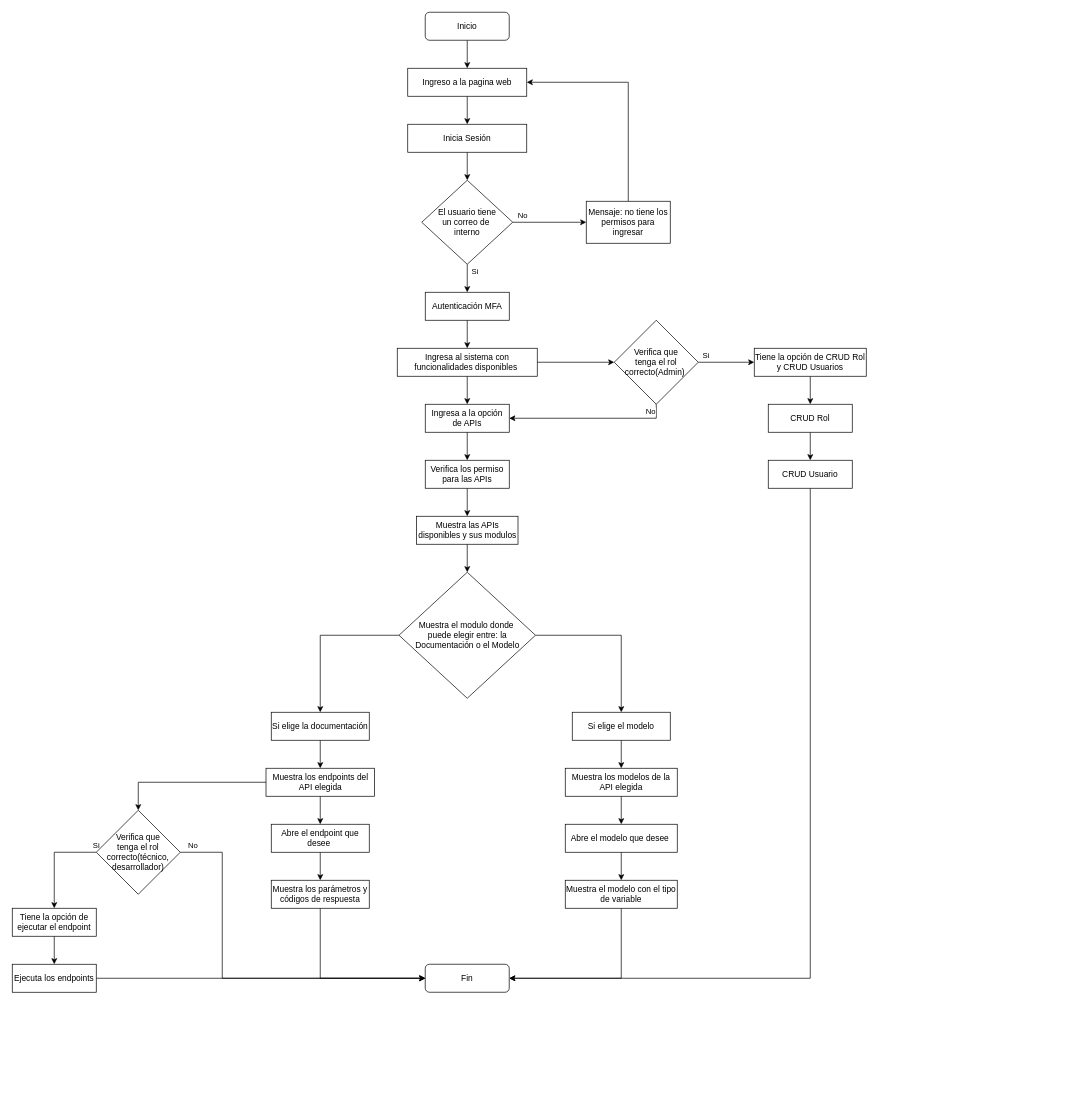
SebasVD29/LaptopToPC keeps this draw.io diagram as Ulatina/XII - Cuatrimestre/PES/Doc/Diagramas/DiagramaFlujo.drawio. Above is the earlier version. Source tidied: cells renumbered, new cells numbered last; positions are measured from the earlier drawing's top-left corner, leaving out a move shared by most shapes. Both pictures are drawn from the tidied source at 70%, with x=0, y=0 at pixel (12, 12).
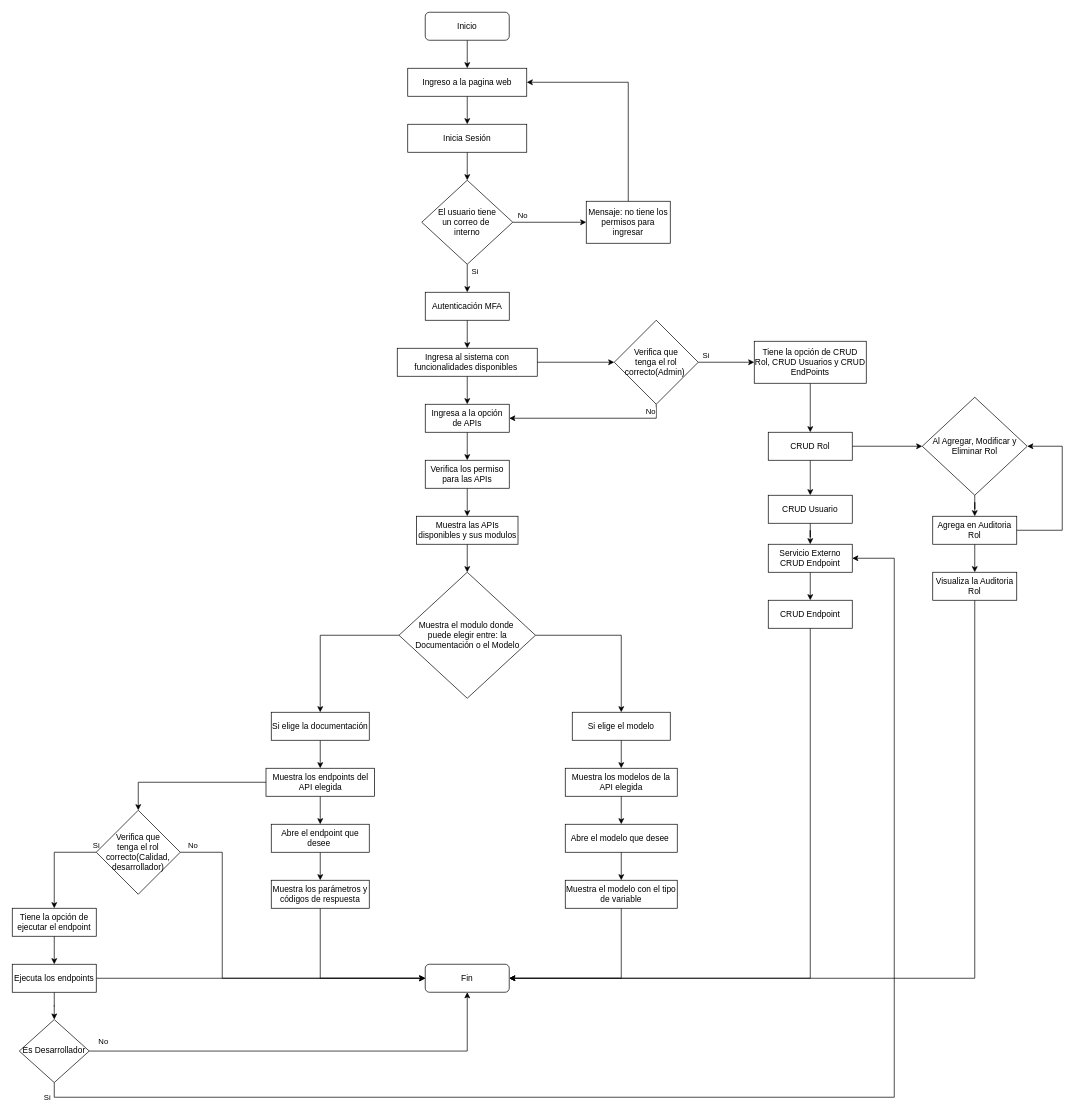
The same page after the edit.

The change refers to these unchanged cells:
```xml
<mxCell id="4" value="Fin" style="rounded=1;whiteSpace=wrap;html=1;fontSize=12;glass=0;strokeWidth=1;shadow=0;" parent="1" vertex="1">
  <mxGeometry x="590" y="1360" width="120" height="40" as="geometry" />
</mxCell>
<mxCell id="52" value="Ejecuta los endpoints" style="whiteSpace=wrap;html=1;rounded=0;" parent="1" vertex="1">
  <mxGeometry y="1360" width="120" height="40" as="geometry" />
</mxCell>
```

What changed in the source:
```diff
@@
-    <mxCell id="48" value="Verifica que&lt;div&gt;&amp;nbsp;tenga el rol&amp;nbsp;&lt;/div&gt;&lt;div&gt;correcto(técnico, desarrollador)&lt;/div&gt;" style="rhombus;whiteSpace=wrap;html=1;rounded=0;" parent="1" vertex="1">
+    <mxCell id="48" value="Verifica que&lt;div&gt;&amp;nbsp;tenga el rol&amp;nbsp;&lt;/div&gt;&lt;div&gt;correcto(Calidad, desarrollador)&lt;/div&gt;" style="rhombus;whiteSpace=wrap;html=1;rounded=0;" parent="1" vertex="1">
       <mxGeometry x="120" y="1140" width="120" height="120" as="geometry" />
     </mxCell>
@@
+    <mxCell id="67" style="edgeStyle=orthogonalEdgeStyle;rounded=0;jettySize=auto;html=1;" parent="1" edge="1" source="52" target="85">
+      <mxGeometry relative="1" as="geometry" />
+    </mxCell>
@@
-    <mxCell id="62" value="Tiene la opción de CRUD Rol y CRUD Usuarios" style="whiteSpace=wrap;html=1;rounded=0;" parent="1" vertex="1">
-      <mxGeometry x="1060" y="480" width="160" height="40" as="geometry" />
+    <mxCell id="62" value="Tiene la opción de CRUD Rol, CRUD Usuarios y CRUD EndPoints" style="whiteSpace=wrap;html=1;rounded=0;" parent="1" vertex="1">
+      <mxGeometry x="1060" y="470" width="160" height="60" as="geometry" />
     </mxCell>
@@
+    <mxCell id="68" style="edgeStyle=orthogonalEdgeStyle;rounded=0;jettySize=auto;html=1;" parent="1" edge="1" source="64" target="71">
+      <mxGeometry relative="1" as="geometry" />
+    </mxCell>
     <mxCell id="64" value="CRUD Rol" style="whiteSpace=wrap;html=1;rounded=0;" parent="1" vertex="1">
-      <mxGeometry x="1080" y="560" width="120" height="40" as="geometry" />
+      <mxGeometry x="1080" y="600" width="120" height="40" as="geometry" />
     </mxCell>
-    <mxCell id="65" style="edgeStyle=orthogonalEdgeStyle;rounded=0;jettySize=auto;html=1;" parent="1" edge="1" source="66" target="4">
-      <mxGeometry relative="1" as="geometry">
-        <Array as="points">
-          <mxPoint x="1140" y="1380" />
-        </Array>
-      </mxGeometry>
-    </mxCell>
+    <mxCell id="69" style="edgeStyle=orthogonalEdgeStyle;rounded=0;jettySize=auto;html=1;" parent="1" edge="1" source="66" target="78">
+      <mxGeometry relative="1" as="geometry" />
+    </mxCell>
     <mxCell id="66" value="CRUD Usuario" style="whiteSpace=wrap;html=1;rounded=0;" parent="1" vertex="1">
-      <mxGeometry x="1080" y="640" width="120" height="40" as="geometry" />
+      <mxGeometry x="1080" y="690" width="120" height="40" as="geometry" />
     </mxCell>
+    <mxCell id="70" style="edgeStyle=orthogonalEdgeStyle;rounded=0;jettySize=auto;html=1;" parent="1" edge="1" source="71" target="73">
+      <mxGeometry relative="1" as="geometry" />
+    </mxCell>
+    <mxCell id="71" value="Al Agregar, Modificar y Eliminar Rol" style="rhombus;whiteSpace=wrap;html=1;rounded=0;" parent="1" vertex="1">
+      <mxGeometry x="1300" y="550" width="150" height="140" as="geometry" />
+    </mxCell>
+    <mxCell id="72" style="edgeStyle=orthogonalEdgeStyle;rounded=0;jettySize=auto;html=1;" parent="1" edge="1" source="73" target="76">
+      <mxGeometry relative="1" as="geometry" />
+    </mxCell>
+    <mxCell id="73" value="Agrega en Auditoria Rol" style="whiteSpace=wrap;html=1;rounded=0;" parent="1" vertex="1">
+      <mxGeometry x="1315" y="720" width="120" height="40" as="geometry" />
+    </mxCell>
+    <mxCell id="74" style="edgeStyle=orthogonalEdgeStyle;rounded=0;jettySize=auto;html=1;" parent="1" edge="1" source="73" target="71">
+      <mxGeometry relative="1" as="geometry">
+        <Array as="points">
+          <mxPoint x="1500" y="740" />
+          <mxPoint x="1500" y="620" />
+        </Array>
+      </mxGeometry>
+    </mxCell>
+    <mxCell id="75" style="edgeStyle=orthogonalEdgeStyle;rounded=0;jettySize=auto;html=1;" parent="1" edge="1" source="76" target="4">
+      <mxGeometry relative="1" as="geometry">
+        <Array as="points">
+          <mxPoint x="1375" y="1380" />
+        </Array>
+      </mxGeometry>
+    </mxCell>
+    <mxCell id="76" value="Visualiza la Auditoria Rol" style="whiteSpace=wrap;html=1;rounded=0;" parent="1" vertex="1">
+      <mxGeometry x="1315" y="800" width="120" height="40" as="geometry" />
+    </mxCell>
+    <mxCell id="77" style="edgeStyle=orthogonalEdgeStyle;rounded=0;jettySize=auto;html=1;" parent="1" edge="1" source="78" target="80">
+      <mxGeometry relative="1" as="geometry" />
+    </mxCell>
+    <mxCell id="78" value="Servicio Externo CRUD Endpoint" style="whiteSpace=wrap;html=1;rounded=0;" parent="1" vertex="1">
+      <mxGeometry x="1080" y="760" width="120" height="40" as="geometry" />
+    </mxCell>
+    <mxCell id="79" style="edgeStyle=orthogonalEdgeStyle;rounded=0;jettySize=auto;html=1;" parent="1" edge="1" source="80" target="4">
+      <mxGeometry relative="1" as="geometry">
+        <Array as="points">
+          <mxPoint x="1140" y="1380" />
+        </Array>
+      </mxGeometry>
+    </mxCell>
+    <mxCell id="80" value="CRUD Endpoint" style="whiteSpace=wrap;html=1;rounded=0;" parent="1" vertex="1">
+      <mxGeometry x="1080" y="840" width="120" height="40" as="geometry" />
+    </mxCell>
+    <mxCell id="81" style="edgeStyle=orthogonalEdgeStyle;rounded=0;jettySize=auto;html=1;" parent="1" edge="1" source="85" target="78">
+      <mxGeometry relative="1" as="geometry">
+        <Array as="points">
+          <mxPoint x="60" y="1550" />
+          <mxPoint x="1260" y="1550" />
+          <mxPoint x="1260" y="780" />
+        </Array>
+      </mxGeometry>
+    </mxCell>
+    <mxCell id="82" value="Si" style="edgeLabel;html=1;align=center;verticalAlign=middle;" parent="81" vertex="1">
+      <mxGeometry x="-0.97" relative="1" as="geometry">
+        <mxPoint x="-21" as="offset" />
+      </mxGeometry>
+    </mxCell>
+    <mxCell id="83" style="edgeStyle=orthogonalEdgeStyle;rounded=0;jettySize=auto;html=1;" parent="1" edge="1" source="85" target="4">
+      <mxGeometry relative="1" as="geometry">
+        <Array as="points">
+          <mxPoint x="650" y="1484" />
+        </Array>
+      </mxGeometry>
+    </mxCell>
+    <mxCell id="84" value="No" style="edgeLabel;html=1;align=center;verticalAlign=middle;" parent="83" vertex="1">
+      <mxGeometry x="-0.81" y="1" relative="1" as="geometry">
+        <mxPoint x="-40" y="-13" as="offset" />
+      </mxGeometry>
+    </mxCell>
+    <mxCell id="85" value="Es Desarrollador" style="rhombus;whiteSpace=wrap;html=1;rounded=0;" parent="1" vertex="1">
+      <mxGeometry x="10" y="1439" width="100" height="90" as="geometry" />
+    </mxCell>
```
